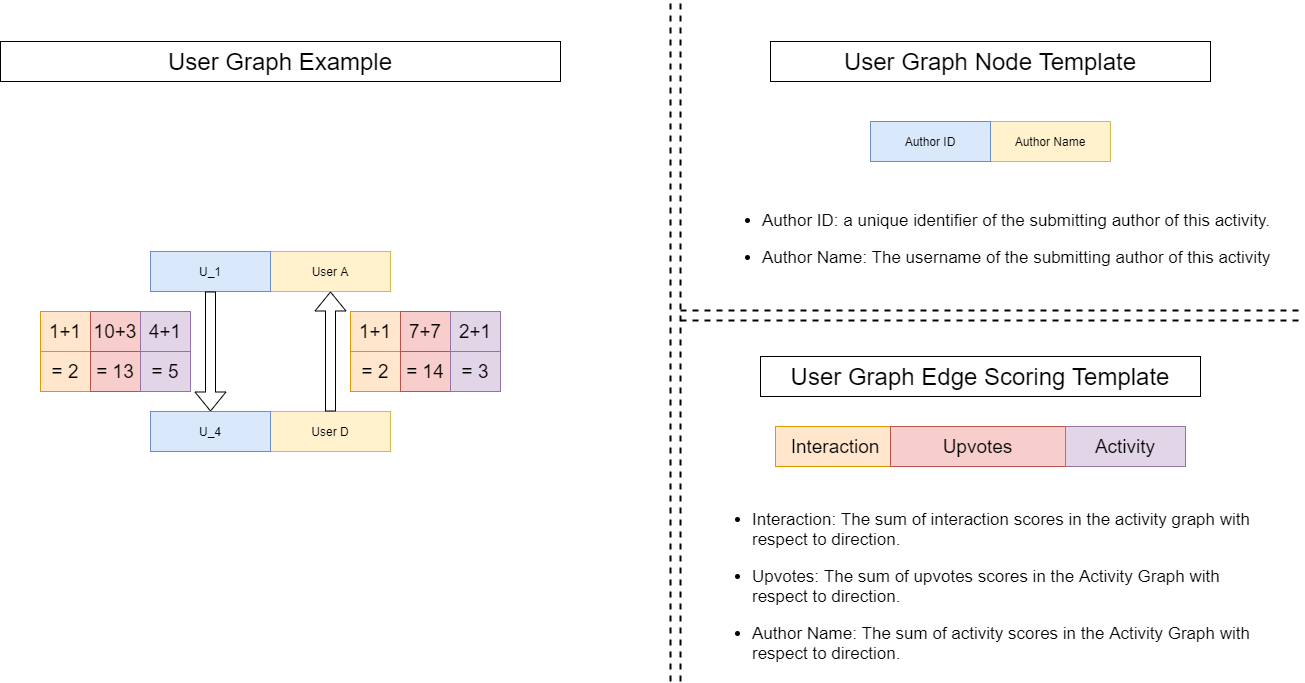
This is Documents/figures/figures/User_Graph_one_submission.png from MohammedGuniem/social-media-influence-analyzer, a draw.io export, as it was before one commit. Source tidied: cells renumbered, new cells last; positions are measured from the earlier drawing's top-left corner, leaving out a move shared by most shapes.
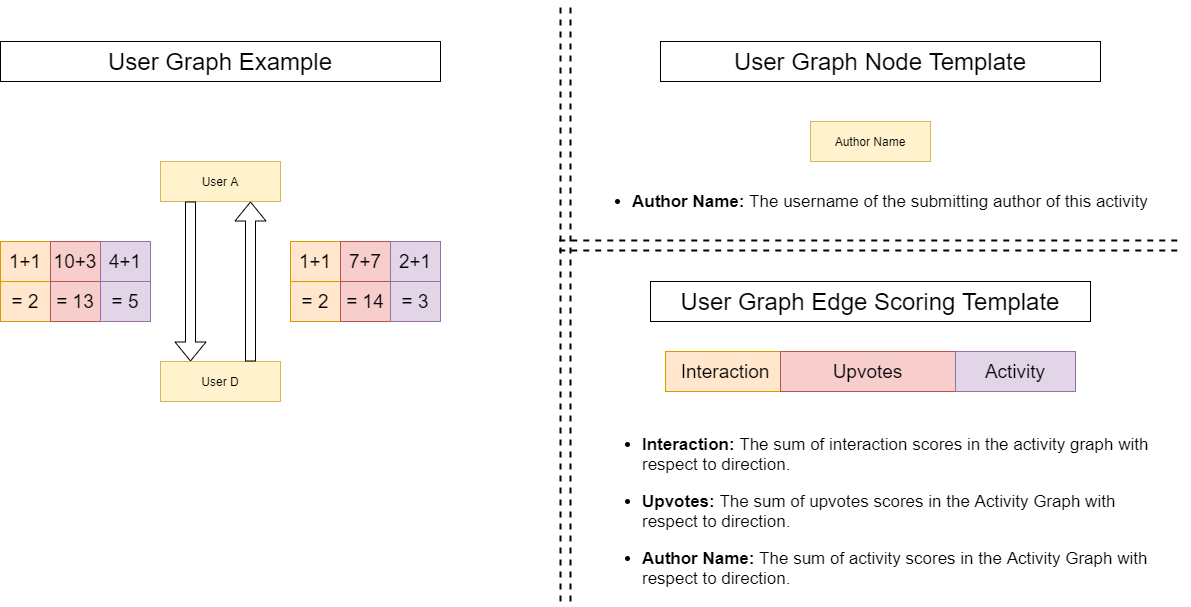
The same diagram one commit later.

What changed in the source:
```diff
@@ -3,31 +3,25 @@
     <mxCell id="0" />
     <mxCell id="1" parent="0" />
     <mxCell id="2" value="Author Name" style="rounded=0;whiteSpace=wrap;html=1;fillColor=#fff2cc;strokeColor=#d6b656;" parent="1" vertex="1">
-      <mxGeometry x="990" y="120" width="120" height="40" as="geometry" />
+      <mxGeometry x="920" y="120" width="120" height="40" as="geometry" />
     </mxCell>
-    <mxCell id="3" value="Author ID" style="rounded=0;whiteSpace=wrap;html=1;fillColor=#dae8fc;strokeColor=#6c8ebf;" parent="1" vertex="1">
-      <mxGeometry x="870" y="120" width="120" height="40" as="geometry" />
-    </mxCell>
     <mxCell id="4" value="User A" style="rounded=0;whiteSpace=wrap;html=1;fillColor=#fff2cc;strokeColor=#d6b656;" parent="1" vertex="1">
-      <mxGeometry x="270" y="250" width="120" height="40" as="geometry" />
+      <mxGeometry x="270" y="160" width="120" height="40" as="geometry" />
     </mxCell>
-    <mxCell id="5" value="U_1" style="rounded=0;whiteSpace=wrap;html=1;fillColor=#dae8fc;strokeColor=#6c8ebf;" parent="1" vertex="1">
-      <mxGeometry x="150" y="250" width="120" height="40" as="geometry" />
-    </mxCell>
-    <mxCell id="6" style="shape=flexArrow;endArrow=classic;html=1;exitX=0.5;exitY=1;exitDx=0;exitDy=0;entryX=0.25;entryY=0;entryDx=0;entryDy=0;" parent="1" edge="1" source="5">
+    <mxCell id="6" style="shape=flexArrow;endArrow=classic;html=1;entryX=0.25;entryY=0;entryDx=0;entryDy=0;" parent="1" edge="1" target="22">
       <mxGeometry relative="1" as="geometry">
-        <mxPoint x="210" y="410" as="targetPoint" />
+        <mxPoint x="300" y="200" as="sourcePoint" />
       </mxGeometry>
     </mxCell>
     <mxCell id="7" style="endArrow=none;dashed=1;html=1;strokeWidth=2;" parent="1" edge="1">
       <mxGeometry relative="1" as="geometry">
-        <mxPoint x="670" y="680" as="sourcePoint" />
+        <mxPoint x="670" y="600" as="sourcePoint" />
         <mxPoint x="670" as="targetPoint" />
       </mxGeometry>
     </mxCell>
     <mxCell id="8" style="endArrow=none;dashed=1;html=1;strokeWidth=2;" parent="1" edge="1">
       <mxGeometry relative="1" as="geometry">
-        <mxPoint x="680" y="680" as="sourcePoint" />
+        <mxPoint x="680" y="600" as="sourcePoint" />
         <mxPoint x="680" as="targetPoint" />
       </mxGeometry>
     </mxCell>
@@ -35,82 +29,79 @@
       <mxGeometry x="770" y="40" width="440" height="40" as="geometry" />
     </mxCell>
     <mxCell id="10" value="&lt;font style=&quot;font-size: 24px&quot;&gt;User Graph Example&lt;/font&gt;" style="text;html=1;fillColor=none;align=center;verticalAlign=middle;whiteSpace=wrap;rounded=0;strokeColor=#000000;" parent="1" vertex="1">
-      <mxGeometry y="40" width="560" height="40" as="geometry" />
+      <mxGeometry x="110" y="40" width="440" height="40" as="geometry" />
     </mxCell>
     <mxCell id="11" value="&lt;font style=&quot;font-size: 24px&quot;&gt;User Graph Edge Scoring Template&lt;/font&gt;" style="text;html=1;fillColor=none;align=center;verticalAlign=middle;whiteSpace=wrap;rounded=0;strokeColor=#000000;" parent="1" vertex="1">
-      <mxGeometry x="760" y="355" width="440" height="40" as="geometry" />
+      <mxGeometry x="760" y="280" width="440" height="40" as="geometry" />
     </mxCell>
     <mxCell id="12" value="Interaction" style="text;html=1;fillColor=#ffe6cc;align=center;verticalAlign=middle;whiteSpace=wrap;rounded=0;strokeColor=#d79b00;fontSize=19;" parent="1" vertex="1">
-      <mxGeometry x="775" y="425" width="120" height="40" as="geometry" />
+      <mxGeometry x="775" y="350" width="120" height="40" as="geometry" />
     </mxCell>
     <mxCell id="13" value="Upvotes" style="text;html=1;fillColor=#f8cecc;align=center;verticalAlign=middle;whiteSpace=wrap;rounded=0;fontSize=19;strokeColor=#b85450;" parent="1" vertex="1">
-      <mxGeometry x="890" y="425" width="175" height="40" as="geometry" />
+      <mxGeometry x="890" y="350" width="175" height="40" as="geometry" />
     </mxCell>
     <mxCell id="14" value="Activity" style="text;html=1;fillColor=#e1d5e7;align=center;verticalAlign=middle;whiteSpace=wrap;rounded=0;strokeColor=#9673a6;fontSize=19;" parent="1" vertex="1">
-      <mxGeometry x="1065" y="425" width="120" height="40" as="geometry" />
+      <mxGeometry x="1065" y="350" width="120" height="40" as="geometry" />
     </mxCell>
     <mxCell id="15" value="1+1" style="rounded=0;whiteSpace=wrap;html=1;fontSize=19;strokeColor=#d79b00;fillColor=#ffe6cc;" parent="1" vertex="1">
-      <mxGeometry x="40" y="310" width="50" height="40" as="geometry" />
+      <mxGeometry x="110" y="240" width="50" height="40" as="geometry" />
     </mxCell>
     <mxCell id="16" value="10+3" style="rounded=0;whiteSpace=wrap;html=1;fontSize=19;strokeColor=#b85450;fillColor=#f8cecc;" parent="1" vertex="1">
-      <mxGeometry x="90" y="310" width="50" height="40" as="geometry" />
+      <mxGeometry x="160" y="240" width="50" height="40" as="geometry" />
     </mxCell>
     <mxCell id="17" value="4+1" style="rounded=0;whiteSpace=wrap;html=1;fontSize=19;strokeColor=#9673a6;fillColor=#e1d5e7;" parent="1" vertex="1">
-      <mxGeometry x="140" y="310" width="50" height="40" as="geometry" />
+      <mxGeometry x="210" y="240" width="50" height="40" as="geometry" />
     </mxCell>
-    <mxCell id="18" value="&lt;ul style=&quot;font-size: 17px;&quot;&gt;&lt;li style=&quot;font-size: 17px;&quot;&gt;&lt;font style=&quot;font-size: 17px;&quot;&gt;Author ID: a unique identifier of the submitting author of this activity.&lt;/font&gt;&lt;/li&gt;&lt;/ul&gt;&lt;ul style=&quot;font-size: 17px;&quot;&gt;&lt;li style=&quot;font-size: 17px;&quot;&gt;&lt;font style=&quot;font-size: 17px;&quot;&gt;Author Name: The username of the submitting author of this activity&amp;nbsp;&lt;/font&gt;&lt;/li&gt;&lt;/ul&gt;" style="text;html=1;strokeColor=none;fillColor=none;align=left;verticalAlign=middle;whiteSpace=wrap;rounded=0;fontSize=17;" parent="1" vertex="1">
-      <mxGeometry x="720" y="200" width="560" height="75" as="geometry" />
+    <mxCell id="18" value="&lt;ul style=&quot;font-size: 17px&quot;&gt;&lt;li style=&quot;font-size: 17px&quot;&gt;&lt;font style=&quot;font-size: 17px&quot;&gt;&lt;b&gt;Author Name:&lt;/b&gt; The username of the submitting author of this activity&amp;nbsp;&lt;/font&gt;&lt;/li&gt;&lt;/ul&gt;" style="text;html=1;strokeColor=none;fillColor=none;align=left;verticalAlign=middle;whiteSpace=wrap;rounded=0;fontSize=17;" parent="1" vertex="1">
+      <mxGeometry x="700" y="180" width="600" height="40" as="geometry" />
     </mxCell>
     <mxCell id="19" style="endArrow=none;dashed=1;html=1;strokeWidth=2;" parent="1" edge="1">
       <mxGeometry relative="1" as="geometry">
-        <mxPoint x="680" y="309" as="sourcePoint" />
-        <mxPoint x="1302.5" y="309" as="targetPoint" />
+        <mxPoint x="668.8" y="239" as="sourcePoint" />
+        <mxPoint x="1291.2" y="239" as="targetPoint" />
       </mxGeometry>
     </mxCell>
     <mxCell id="20" style="endArrow=none;dashed=1;html=1;strokeWidth=2;" parent="1" edge="1">
       <mxGeometry relative="1" as="geometry">
-        <mxPoint x="680" y="319" as="sourcePoint" />
-        <mxPoint x="1302.5" y="319" as="targetPoint" />
+        <mxPoint x="668.8" y="249" as="sourcePoint" />
+        <mxPoint x="1291.2" y="249" as="targetPoint" />
       </mxGeometry>
     </mxCell>
-    <mxCell id="21" value="&lt;ul style=&quot;font-size: 17px&quot;&gt;&lt;li&gt;&lt;font style=&quot;font-size: 17px&quot;&gt;Interaction: The sum of interaction scores in the activity graph with respect to direction.&lt;/font&gt;&lt;/li&gt;&lt;/ul&gt;&lt;ul style=&quot;font-size: 17px&quot;&gt;&lt;li&gt;&lt;font style=&quot;font-size: 17px&quot;&gt;Upvotes: The sum of upvotes scores in the Activity Graph with respect to direction.&lt;/font&gt;&lt;/li&gt;&lt;/ul&gt;&lt;ul style=&quot;font-size: 17px&quot;&gt;&lt;li&gt;&lt;font style=&quot;font-size: 17px&quot;&gt;Author Name: The sum of activity scores in the Activity Graph with respect to direction.&lt;/font&gt;&lt;/li&gt;&lt;/ul&gt;" style="text;html=1;strokeColor=none;fillColor=none;align=left;verticalAlign=middle;whiteSpace=wrap;rounded=0;" parent="1" vertex="1">
-      <mxGeometry x="710" y="490" width="560" height="190" as="geometry" />
+    <mxCell id="21" value="&lt;ul style=&quot;font-size: 17px&quot;&gt;&lt;li&gt;&lt;font style=&quot;font-size: 17px&quot;&gt;&lt;b&gt;Interaction: &lt;/b&gt;The sum of interaction scores in the activity graph with respect to direction.&lt;/font&gt;&lt;/li&gt;&lt;/ul&gt;&lt;ul style=&quot;font-size: 17px&quot;&gt;&lt;li&gt;&lt;font style=&quot;font-size: 17px&quot;&gt;&lt;b&gt;Upvotes: &lt;/b&gt;The sum of upvotes scores in the Activity Graph with respect to direction.&lt;/font&gt;&lt;/li&gt;&lt;/ul&gt;&lt;ul style=&quot;font-size: 17px&quot;&gt;&lt;li&gt;&lt;font style=&quot;font-size: 17px&quot;&gt;&lt;b&gt;Author Name: &lt;/b&gt;The sum of activity scores in the Activity Graph with respect to direction.&lt;/font&gt;&lt;/li&gt;&lt;/ul&gt;" style="text;html=1;strokeColor=none;fillColor=none;align=left;verticalAlign=middle;whiteSpace=wrap;rounded=0;" parent="1" vertex="1">
+      <mxGeometry x="710" y="415" width="560" height="190" as="geometry" />
     </mxCell>
     <mxCell id="22" value="User D" style="rounded=0;whiteSpace=wrap;html=1;fillColor=#fff2cc;strokeColor=#d6b656;" parent="1" vertex="1">
-      <mxGeometry x="270" y="410" width="120" height="40" as="geometry" />
+      <mxGeometry x="270" y="360" width="120" height="40" as="geometry" />
     </mxCell>
-    <mxCell id="23" value="U_4" style="rounded=0;whiteSpace=wrap;html=1;fillColor=#dae8fc;strokeColor=#6c8ebf;" parent="1" vertex="1">
-      <mxGeometry x="150" y="410" width="120" height="40" as="geometry" />
-    </mxCell>
-    <mxCell id="24" style="shape=flexArrow;endArrow=classic;html=1;exitX=0.5;exitY=0;exitDx=0;exitDy=0;entryX=0.5;entryY=1;entryDx=0;entryDy=0;" parent="1" edge="1" source="22" target="4">
+    <mxCell id="24" style="shape=flexArrow;endArrow=classic;html=1;exitX=0.75;exitY=0;exitDx=0;exitDy=0;entryX=0.75;entryY=1;entryDx=0;entryDy=0;" parent="1" edge="1" source="22" target="4">
       <mxGeometry relative="1" as="geometry" />
     </mxCell>
     <mxCell id="25" value="1+1" style="rounded=0;whiteSpace=wrap;html=1;fontSize=19;strokeColor=#d79b00;fillColor=#ffe6cc;" parent="1" vertex="1">
-      <mxGeometry x="350" y="310" width="50" height="40" as="geometry" />
+      <mxGeometry x="400" y="240" width="50" height="40" as="geometry" />
     </mxCell>
     <mxCell id="26" value="7+7" style="rounded=0;whiteSpace=wrap;html=1;fontSize=19;strokeColor=#b85450;fillColor=#f8cecc;" parent="1" vertex="1">
-      <mxGeometry x="400" y="310" width="50" height="40" as="geometry" />
+      <mxGeometry x="450" y="240" width="50" height="40" as="geometry" />
     </mxCell>
     <mxCell id="27" value="2+1" style="rounded=0;whiteSpace=wrap;html=1;fontSize=19;strokeColor=#9673a6;fillColor=#e1d5e7;" parent="1" vertex="1">
-      <mxGeometry x="450" y="310" width="50" height="40" as="geometry" />
+      <mxGeometry x="500" y="240" width="50" height="40" as="geometry" />
     </mxCell>
     <mxCell id="28" value="= 2" style="rounded=0;whiteSpace=wrap;html=1;fontSize=19;strokeColor=#d79b00;fillColor=#ffe6cc;" parent="1" vertex="1">
-      <mxGeometry x="350" y="350" width="50" height="40" as="geometry" />
+      <mxGeometry x="400" y="280" width="50" height="40" as="geometry" />
     </mxCell>
     <mxCell id="29" value="= 14" style="rounded=0;whiteSpace=wrap;html=1;fontSize=19;strokeColor=#b85450;fillColor=#f8cecc;" parent="1" vertex="1">
-      <mxGeometry x="400" y="350" width="50" height="40" as="geometry" />
+      <mxGeometry x="450" y="280" width="50" height="40" as="geometry" />
     </mxCell>
     <mxCell id="30" value="= 3" style="rounded=0;whiteSpace=wrap;html=1;fontSize=19;strokeColor=#9673a6;fillColor=#e1d5e7;" parent="1" vertex="1">
-      <mxGeometry x="450" y="350" width="50" height="40" as="geometry" />
+      <mxGeometry x="500" y="280" width="50" height="40" as="geometry" />
     </mxCell>
     <mxCell id="31" value="= 2" style="rounded=0;whiteSpace=wrap;html=1;fontSize=19;strokeColor=#d79b00;fillColor=#ffe6cc;" parent="1" vertex="1">
-      <mxGeometry x="40" y="350" width="50" height="40" as="geometry" />
+      <mxGeometry x="110" y="280" width="50" height="40" as="geometry" />
     </mxCell>
     <mxCell id="32" value="= 13" style="rounded=0;whiteSpace=wrap;html=1;fontSize=19;strokeColor=#b85450;fillColor=#f8cecc;" parent="1" vertex="1">
-      <mxGeometry x="90" y="350" width="50" height="40" as="geometry" />
+      <mxGeometry x="160" y="280" width="50" height="40" as="geometry" />
     </mxCell>
     <mxCell id="33" value="= 5" style="rounded=0;whiteSpace=wrap;html=1;fontSize=19;strokeColor=#9673a6;fillColor=#e1d5e7;" parent="1" vertex="1">
-      <mxGeometry x="140" y="350" width="50" height="40" as="geometry" />
+      <mxGeometry x="210" y="280" width="50" height="40" as="geometry" />
     </mxCell>
   </root>
 </mxGraphModel>
```
